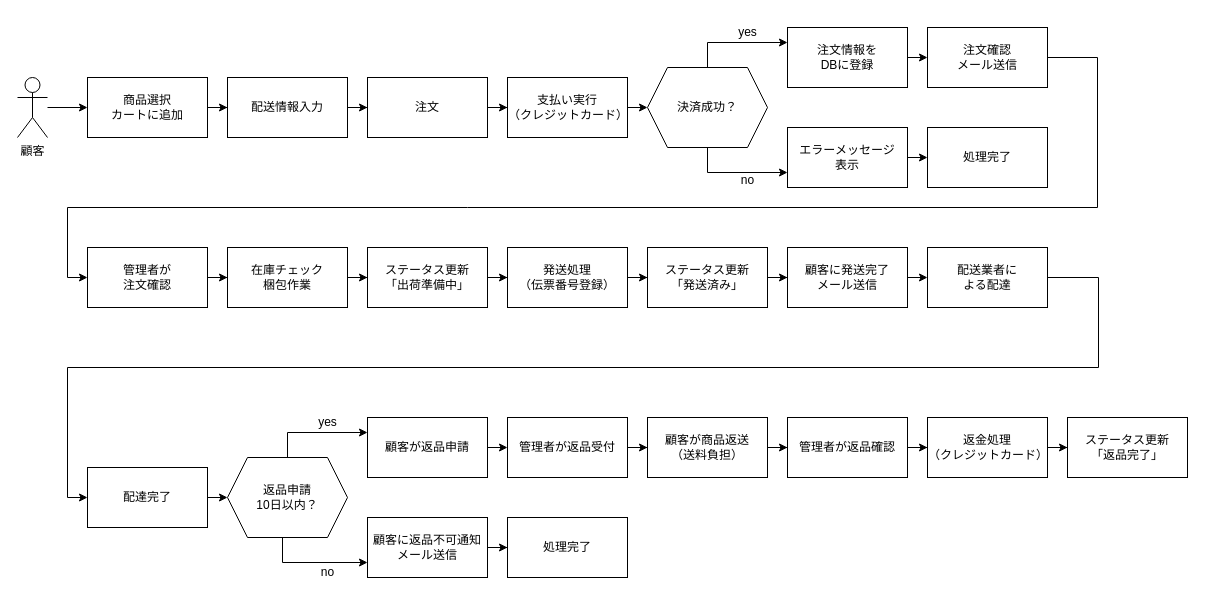
Earlier version of the draw.io diagram group/bb_shop/BB.drawio (sugimoto0804/o-hara_uml). Source tidied: cells renumbered, new cells numbered last; positions are measured from the earlier drawing's top-left corner, leaving out a move shared by most shapes. Both pictures are drawn from the tidied source at 100%, with x=0, y=0 at pixel (17, 17).
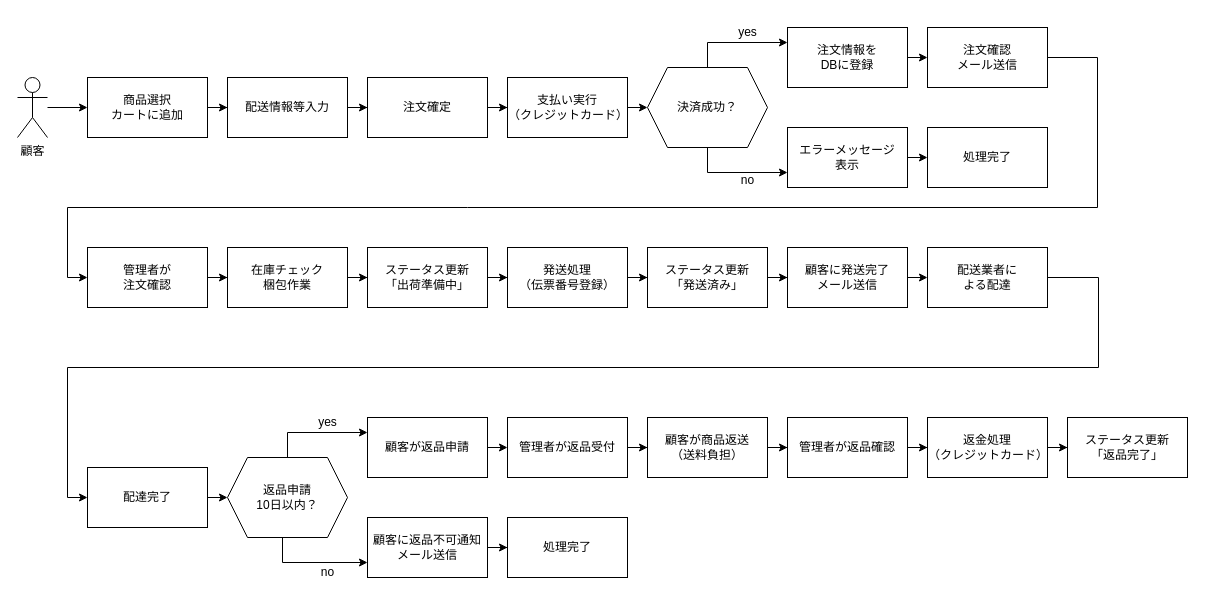
The same diagram, later.

Change to the diagram source:
```diff
@@
-    <mxCell id="7" value="配送情報入力" style="rounded=0;whiteSpace=wrap;html=1;" parent="1" vertex="1">
+    <mxCell id="7" value="配送情報等入力" style="rounded=0;whiteSpace=wrap;html=1;" parent="1" vertex="1">
       <mxGeometry x="210" y="60" width="120" height="60" as="geometry" />
     </mxCell>
@@
-    <mxCell id="9" value="注文" style="rounded=0;whiteSpace=wrap;html=1;" parent="1" vertex="1">
+    <mxCell id="9" value="注文確定" style="rounded=0;whiteSpace=wrap;html=1;" parent="1" vertex="1">
       <mxGeometry x="350" y="60" width="120" height="60" as="geometry" />
     </mxCell>
```
